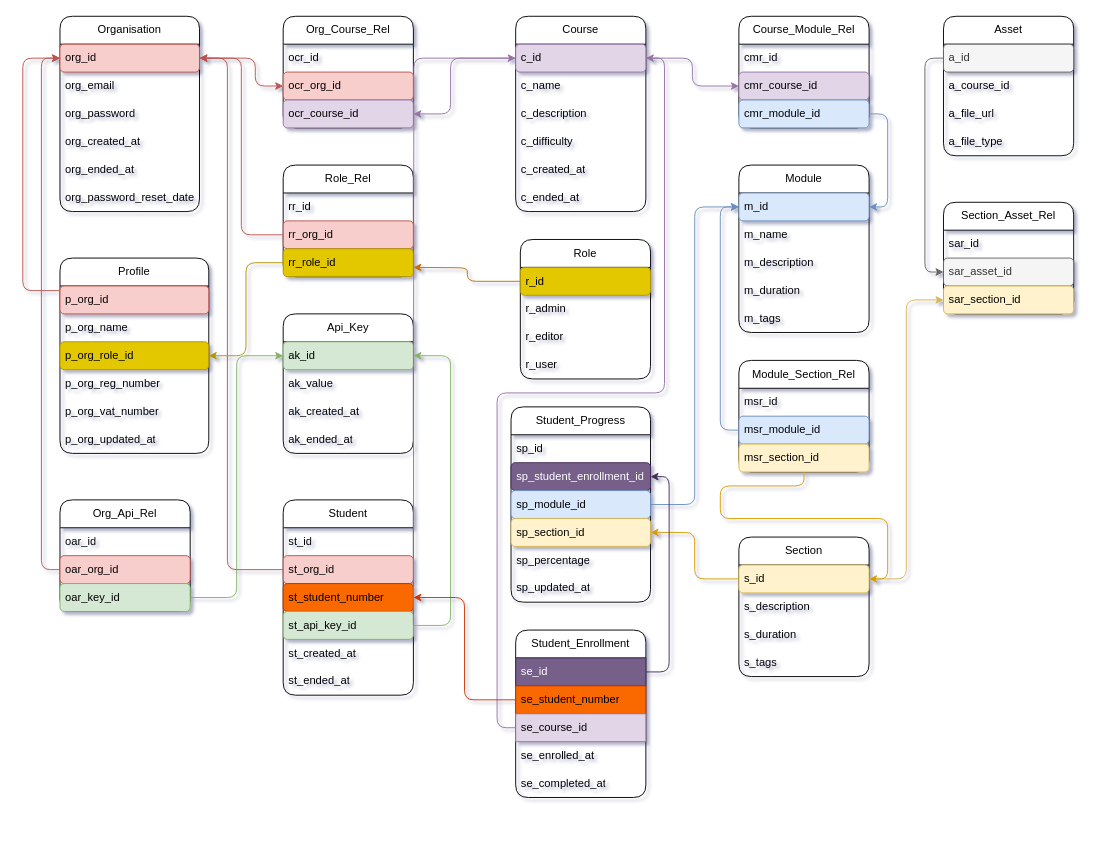
Earlier version of the draw.io diagram src/main/resources/Drawing/Entity.drawio (jclucasasp/training-backend). Source tidied: cells renumbered, new cells numbered last; positions are measured from the earlier drawing's top-left corner, leaving out a move shared by most shapes. Both pictures are drawn from the tidied source at 93%, with x=0, y=0 at pixel (22, 16).
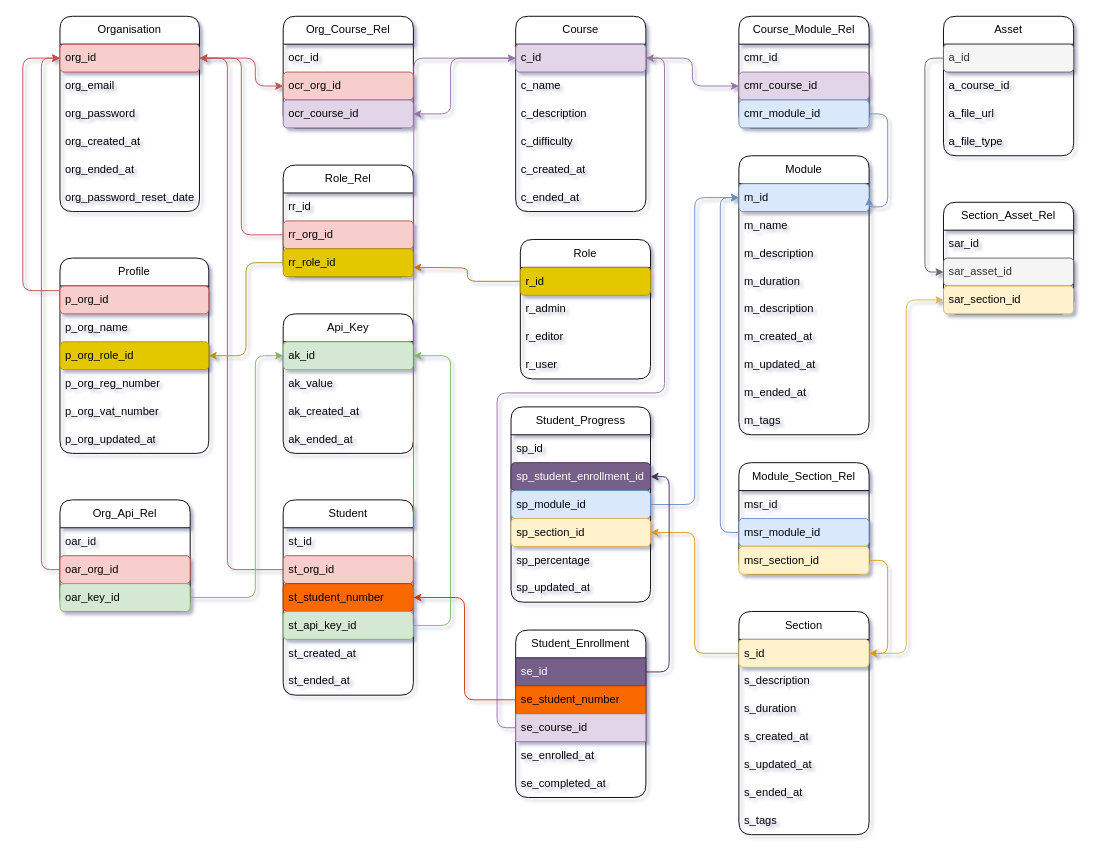
Above is the later version.

Unchanged cells that the change refers to:
```xml
<mxCell id="23" value="c_id" style="text;strokeColor=#9673a6;fillColor=#e1d5e7;align=left;verticalAlign=middle;spacingLeft=4;spacingRight=4;overflow=hidden;points=[[0,0.5],[1,0.5]];portConstraint=eastwest;whiteSpace=wrap;html=1;rounded=1;" parent="22" vertex="1">
  <mxGeometry y="30" width="140" height="30" as="geometry" />
</mxCell>
<mxCell id="47" value="s_id" style="text;strokeColor=#d6b656;fillColor=#fff2cc;align=left;verticalAlign=middle;spacingLeft=4;spacingRight=4;overflow=hidden;points=[[0,0.5],[1,0.5]];portConstraint=eastwest;whiteSpace=wrap;html=1;rounded=1;" parent="46" vertex="1">
  <mxGeometry y="30" width="140" height="30" as="geometry" />
</mxCell>
<mxCell id="58" value="msr_section_id" style="text;strokeColor=#d6b656;fillColor=#fff2cc;align=left;verticalAlign=middle;spacingLeft=4;spacingRight=4;overflow=hidden;points=[[0,0.5],[1,0.5]];portConstraint=eastwest;whiteSpace=wrap;html=1;rounded=1;" parent="55" vertex="1">
  <mxGeometry y="90" width="140" height="30" as="geometry" />
</mxCell>
<mxCell id="73" value="ak_id" style="text;strokeColor=#82b366;fillColor=#d5e8d4;align=left;verticalAlign=middle;spacingLeft=4;spacingRight=4;overflow=hidden;points=[[0,0.5],[1,0.5]];portConstraint=eastwest;whiteSpace=wrap;html=1;rounded=1;" parent="72" vertex="1">
  <mxGeometry y="30" width="140" height="30" as="geometry" />
</mxCell>
<mxCell id="80" value="oar_key_id" style="text;strokeColor=#82b366;fillColor=#d5e8d4;align=left;verticalAlign=middle;spacingLeft=4;spacingRight=4;overflow=hidden;points=[[0,0.5],[1,0.5]];portConstraint=eastwest;whiteSpace=wrap;html=1;rounded=1;" parent="77" vertex="1">
  <mxGeometry y="90" width="140" height="30" as="geometry" />
</mxCell>
<mxCell id="107" value="se_course_id" style="text;strokeColor=#9673a6;fillColor=#e1d5e7;align=left;verticalAlign=middle;spacingLeft=4;spacingRight=4;overflow=hidden;points=[[0,0.5],[1,0.5]];portConstraint=eastwest;whiteSpace=wrap;html=1;" parent="104" vertex="1">
  <mxGeometry y="90" width="140" height="30" as="geometry" />
</mxCell>
```

Change to the diagram source:
```diff
@@
     <mxCell id="37" value="Module" style="swimlane;fontStyle=0;horizontal=1;startSize=30;whiteSpace=wrap;html=1;rounded=1;" parent="1" vertex="1">
-      <mxGeometry x="770" y="160" width="140" height="180" as="geometry" />
+      <mxGeometry x="770" y="150" width="140" height="300" as="geometry" />
     </mxCell>
@@
+    <mxCell id="115" value="m_description" style="text;strokeColor=none;fillColor=none;align=left;verticalAlign=middle;spacingLeft=4;spacingRight=4;overflow=hidden;whiteSpace=wrap;html=1;rounded=1;" parent="37" vertex="1">
+      <mxGeometry y="150" width="140" height="30" as="geometry" />
+    </mxCell>
-    <mxCell id="42" value="m_tags" style="text;strokeColor=none;fillColor=none;align=left;verticalAlign=middle;spacingLeft=4;spacingRight=4;overflow=hidden;whiteSpace=wrap;html=1;rounded=1;" parent="37" vertex="1">
-      <mxGeometry y="150" width="140" height="30" as="geometry" />
+    <mxCell id="42" value="m_created_at" style="text;strokeColor=none;fillColor=none;align=left;verticalAlign=middle;spacingLeft=4;spacingRight=4;overflow=hidden;whiteSpace=wrap;html=1;rounded=1;" parent="37" vertex="1">
+      <mxGeometry y="180" width="140" height="30" as="geometry" />
     </mxCell>
+    <mxCell id="116" value="m_updated_at" style="text;strokeColor=none;fillColor=none;align=left;verticalAlign=middle;spacingLeft=4;spacingRight=4;overflow=hidden;whiteSpace=wrap;html=1;rounded=1;" parent="37" vertex="1">
+      <mxGeometry y="210" width="140" height="30" as="geometry" />
+    </mxCell>
+    <mxCell id="117" value="m_ended_at" style="text;strokeColor=none;fillColor=none;align=left;verticalAlign=middle;spacingLeft=4;spacingRight=4;overflow=hidden;whiteSpace=wrap;html=1;rounded=1;" parent="37" vertex="1">
+      <mxGeometry y="240" width="140" height="30" as="geometry" />
+    </mxCell>
+    <mxCell id="118" value="m_tags" style="text;strokeColor=none;fillColor=none;align=left;verticalAlign=middle;spacingLeft=4;spacingRight=4;overflow=hidden;whiteSpace=wrap;html=1;rounded=1;" parent="37" vertex="1">
+      <mxGeometry y="270" width="140" height="30" as="geometry" />
+    </mxCell>
@@
     <mxCell id="46" value="Section" style="swimlane;fontStyle=0;horizontal=1;startSize=30;whiteSpace=wrap;html=1;rounded=1;" parent="1" vertex="1">
-      <mxGeometry x="770" y="560" width="140" height="150" as="geometry" />
+      <mxGeometry x="770" y="640" width="140" height="240" as="geometry" />
     </mxCell>
@@
+    <mxCell id="119" value="s_created_at" style="text;strokeColor=none;fillColor=none;align=left;verticalAlign=middle;spacingLeft=4;spacingRight=4;overflow=hidden;whiteSpace=wrap;html=1;rounded=1;" parent="46" vertex="1">
+      <mxGeometry y="120" width="140" height="30" as="geometry" />
+    </mxCell>
+    <mxCell id="120" value="s_updated_at" style="text;strokeColor=none;fillColor=none;align=left;verticalAlign=middle;spacingLeft=4;spacingRight=4;overflow=hidden;whiteSpace=wrap;html=1;rounded=1;" parent="46" vertex="1">
+      <mxGeometry y="150" width="140" height="30" as="geometry" />
+    </mxCell>
+    <mxCell id="121" value="s_ended_at" style="text;strokeColor=none;fillColor=none;align=left;verticalAlign=middle;spacingLeft=4;spacingRight=4;overflow=hidden;whiteSpace=wrap;html=1;rounded=1;" parent="46" vertex="1">
+      <mxGeometry y="180" width="140" height="30" as="geometry" />
+    </mxCell>
     <mxCell id="50" value="s_tags" style="text;strokeColor=none;fillColor=none;align=left;verticalAlign=middle;spacingLeft=4;spacingRight=4;overflow=hidden;whiteSpace=wrap;html=1;rounded=1;" parent="46" vertex="1">
-      <mxGeometry y="120" width="140" height="30" as="geometry" />
+      <mxGeometry y="210" width="140" height="30" as="geometry" />
     </mxCell>
@@
     <mxCell id="55" value="Module_Section_Rel" style="swimlane;fontStyle=0;horizontal=1;startSize=30;whiteSpace=wrap;html=1;rounded=1;" parent="1" vertex="1">
-      <mxGeometry x="770" y="370" width="140" height="120" as="geometry" />
+      <mxGeometry x="770" y="480" width="140" height="120" as="geometry" />
     </mxCell>
@@
-    <mxCell id="81" style="edgeStyle=orthogonalEdgeStyle;rounded=1;jettySize=auto;html=1;entryX=0;entryY=0.5;entryDx=0;entryDy=0;fillColor=#d5e8d4;strokeColor=#82b366;" parent="1" edge="1" source="80" target="73">
-      <mxGeometry relative="1" as="geometry" />
-    </mxCell>
@@
-    <mxCell id="101" style="edgeStyle=orthogonalEdgeStyle;rounded=1;jettySize=auto;html=1;entryX=1;entryY=0.5;entryDx=0;entryDy=0;fillColor=#ffe6cc;strokeColor=#d79b00;curved=0;" parent="1" edge="1" source="58" target="47">
-      <mxGeometry relative="1" as="geometry">
-        <Array as="points">
-          <mxPoint x="750" y="505" />
-          <mxPoint x="750" y="540" />
-          <mxPoint x="930" y="540" />
-          <mxPoint x="930" y="605" />
-        </Array>
-      </mxGeometry>
-    </mxCell>
@@
     <mxCell id="110" style="edgeStyle=orthogonalEdgeStyle;rounded=1;jettySize=auto;html=1;entryX=1;entryY=0.5;entryDx=0;entryDy=0;fillColor=#e1d5e7;strokeColor=#9673a6;curved=0;" parent="1" edge="1" source="107" target="23">
-      <mxGeometry relative="1" as="geometry" />
+      <mxGeometry relative="1" as="geometry">
+        <Array as="points">
+          <mxPoint x="510" y="765" />
+          <mxPoint x="510" y="405" />
+          <mxPoint x="690" y="405" />
+          <mxPoint x="690" y="45" />
+        </Array>
+      </mxGeometry>
     </mxCell>
@@
+    <mxCell id="81" style="edgeStyle=orthogonalEdgeStyle;rounded=1;jettySize=auto;html=1;entryX=0;entryY=0.5;entryDx=0;entryDy=0;fillColor=#d5e8d4;strokeColor=#82b366;curved=0;" parent="1" edge="1" source="80" target="73">
+      <mxGeometry relative="1" as="geometry">
+        <Array as="points">
+          <mxPoint x="250" y="625" />
+          <mxPoint x="250" y="365" />
+        </Array>
+      </mxGeometry>
+    </mxCell>
+    <mxCell id="101" style="edgeStyle=orthogonalEdgeStyle;rounded=1;jettySize=auto;html=1;entryX=1;entryY=0.5;entryDx=0;entryDy=0;curved=0;fillColor=#ffe6cc;strokeColor=#d79b00;" parent="1" edge="1" source="58" target="47">
+      <mxGeometry relative="1" as="geometry">
+        <Array as="points">
+          <mxPoint x="930" y="585" />
+          <mxPoint x="930" y="685" />
+        </Array>
+      </mxGeometry>
+    </mxCell>
```
